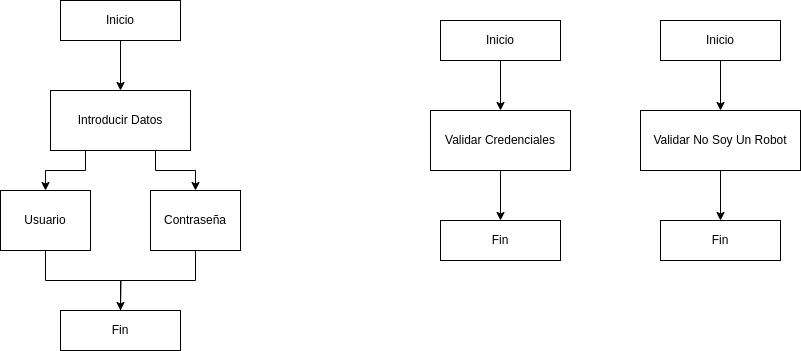
PeterMartEsc/ETS keeps this draw.io diagram as ExamenDiagramaActividades.png. Above is the earlier version. Source tidied: cells renumbered, new cells last; positions are measured from the earlier drawing's top-left corner, leaving out a move shared by most shapes.
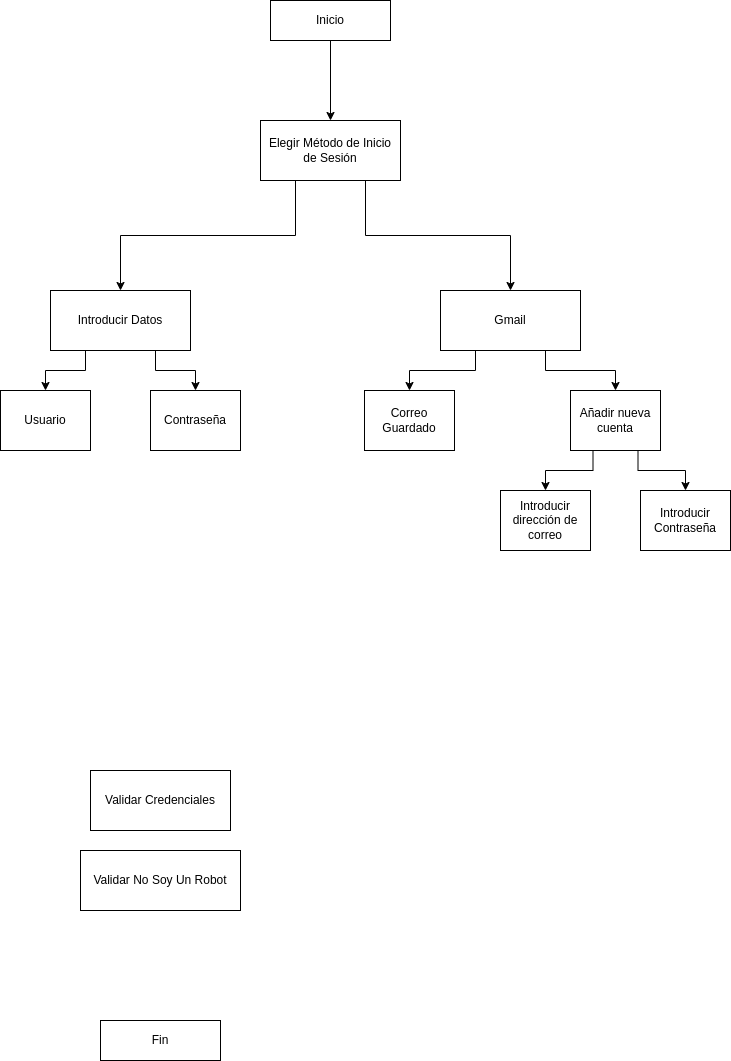
Later version of the same file.

Change to the diagram source:
```diff
@@ -2,14 +2,14 @@
   <root>
     <mxCell id="0" />
     <mxCell id="1" parent="0" />
-    <mxCell id="2" style="edgeStyle=orthogonalEdgeStyle;rounded=0;jettySize=auto;html=1;exitX=0.5;exitY=1;exitDx=0;exitDy=0;entryX=0.5;entryY=0;entryDx=0;entryDy=0;" parent="1" edge="1" source="3" target="7">
-      <mxGeometry relative="1" as="geometry" />
-    </mxCell>
+    <mxCell id="22" style="edgeStyle=orthogonalEdgeStyle;rounded=0;jettySize=auto;html=1;exitX=0.5;exitY=1;exitDx=0;exitDy=0;entryX=0.5;entryY=0;entryDx=0;entryDy=0;" parent="1" edge="1" source="3" target="25">
+      <mxGeometry relative="1" as="geometry" />
+    </mxCell>
     <mxCell id="3" value="Inicio" style="rounded=0;whiteSpace=wrap;html=1;" parent="1" vertex="1">
-      <mxGeometry x="60" width="120" height="40" as="geometry" />
+      <mxGeometry x="250" y="-370" width="120" height="40" as="geometry" />
     </mxCell>
     <mxCell id="4" value="Fin" style="rounded=0;whiteSpace=wrap;html=1;" parent="1" vertex="1">
-      <mxGeometry x="60" y="310" width="120" height="40" as="geometry" />
+      <mxGeometry x="80" y="650" width="120" height="40" as="geometry" />
     </mxCell>
     <mxCell id="5" style="edgeStyle=orthogonalEdgeStyle;rounded=0;jettySize=auto;html=1;exitX=0.25;exitY=1;exitDx=0;exitDy=0;entryX=0.5;entryY=0;entryDx=0;entryDy=0;" parent="1" edge="1" source="7" target="9">
       <mxGeometry relative="1" as="geometry" />
@@ -18,51 +18,55 @@
       <mxGeometry relative="1" as="geometry" />
     </mxCell>
     <mxCell id="7" value="Introducir Datos" style="rounded=0;whiteSpace=wrap;html=1;" parent="1" vertex="1">
-      <mxGeometry x="50" y="90" width="140" height="60" as="geometry" />
+      <mxGeometry x="30" y="-80" width="140" height="60" as="geometry" />
     </mxCell>
-    <mxCell id="8" style="edgeStyle=orthogonalEdgeStyle;rounded=0;jettySize=auto;html=1;exitX=0.5;exitY=1;exitDx=0;exitDy=0;entryX=0.5;entryY=0;entryDx=0;entryDy=0;" parent="1" edge="1" source="9" target="4">
-      <mxGeometry relative="1" as="geometry" />
-    </mxCell>
     <mxCell id="9" value="Usuario" style="rounded=0;whiteSpace=wrap;html=1;" parent="1" vertex="1">
-      <mxGeometry y="190" width="90" height="60" as="geometry" />
+      <mxGeometry x="-20" y="20" width="90" height="60" as="geometry" />
     </mxCell>
-    <mxCell id="10" style="edgeStyle=orthogonalEdgeStyle;rounded=0;jettySize=auto;html=1;exitX=0.5;exitY=1;exitDx=0;exitDy=0;endArrow=none;endFill=0;" parent="1" edge="1" source="11">
-      <mxGeometry relative="1" as="geometry">
-        <mxPoint x="120" y="310" as="targetPoint" />
-      </mxGeometry>
-    </mxCell>
     <mxCell id="11" value="Contraseña" style="rounded=0;whiteSpace=wrap;html=1;" parent="1" vertex="1">
-      <mxGeometry x="150" y="190" width="90" height="60" as="geometry" />
+      <mxGeometry x="130" y="20" width="90" height="60" as="geometry" />
     </mxCell>
-    <mxCell id="12" style="edgeStyle=orthogonalEdgeStyle;rounded=0;jettySize=auto;html=1;exitX=0.5;exitY=1;exitDx=0;exitDy=0;entryX=0.5;entryY=0;entryDx=0;entryDy=0;" parent="1" edge="1" source="13" target="16">
-      <mxGeometry relative="1" as="geometry" />
-    </mxCell>
-    <mxCell id="13" value="Inicio" style="rounded=0;whiteSpace=wrap;html=1;" parent="1" vertex="1">
-      <mxGeometry x="440" y="20" width="120" height="40" as="geometry" />
-    </mxCell>
-    <mxCell id="14" value="Fin" style="rounded=0;whiteSpace=wrap;html=1;" parent="1" vertex="1">
-      <mxGeometry x="440" y="220" width="120" height="40" as="geometry" />
-    </mxCell>
-    <mxCell id="15" style="edgeStyle=orthogonalEdgeStyle;rounded=0;jettySize=auto;html=1;exitX=0.5;exitY=1;exitDx=0;exitDy=0;entryX=0.5;entryY=0;entryDx=0;entryDy=0;" parent="1" edge="1" source="16" target="14">
-      <mxGeometry relative="1" as="geometry" />
-    </mxCell>
     <mxCell id="16" value="Validar Credenciales" style="rounded=0;whiteSpace=wrap;html=1;" parent="1" vertex="1">
-      <mxGeometry x="430" y="110" width="140" height="60" as="geometry" />
+      <mxGeometry x="70" y="400" width="140" height="60" as="geometry" />
     </mxCell>
-    <mxCell id="17" style="edgeStyle=orthogonalEdgeStyle;rounded=0;jettySize=auto;html=1;exitX=0.5;exitY=1;exitDx=0;exitDy=0;entryX=0.5;entryY=0;entryDx=0;entryDy=0;" parent="1" edge="1" source="18" target="21">
-      <mxGeometry relative="1" as="geometry" />
-    </mxCell>
-    <mxCell id="18" value="Inicio" style="rounded=0;whiteSpace=wrap;html=1;" parent="1" vertex="1">
-      <mxGeometry x="660" y="20" width="120" height="40" as="geometry" />
-    </mxCell>
-    <mxCell id="19" value="Fin" style="rounded=0;whiteSpace=wrap;html=1;" parent="1" vertex="1">
-      <mxGeometry x="660" y="220" width="120" height="40" as="geometry" />
-    </mxCell>
-    <mxCell id="20" style="edgeStyle=orthogonalEdgeStyle;rounded=0;jettySize=auto;html=1;exitX=0.5;exitY=1;exitDx=0;exitDy=0;entryX=0.5;entryY=0;entryDx=0;entryDy=0;" parent="1" edge="1" source="21" target="19">
-      <mxGeometry relative="1" as="geometry" />
-    </mxCell>
     <mxCell id="21" value="Validar No Soy Un Robot" style="rounded=0;whiteSpace=wrap;html=1;" parent="1" vertex="1">
-      <mxGeometry x="640" y="110" width="160" height="60" as="geometry" />
+      <mxGeometry x="60" y="480" width="160" height="60" as="geometry" />
     </mxCell>
+    <mxCell id="23" style="edgeStyle=orthogonalEdgeStyle;rounded=0;jettySize=auto;html=1;exitX=0.25;exitY=1;exitDx=0;exitDy=0;entryX=0.5;entryY=0;entryDx=0;entryDy=0;" parent="1" edge="1" source="25" target="7">
+      <mxGeometry relative="1" as="geometry" />
+    </mxCell>
+    <mxCell id="24" style="edgeStyle=orthogonalEdgeStyle;rounded=0;jettySize=auto;html=1;exitX=0.75;exitY=1;exitDx=0;exitDy=0;entryX=0.5;entryY=0;entryDx=0;entryDy=0;" parent="1" edge="1" source="25" target="28">
+      <mxGeometry relative="1" as="geometry" />
+    </mxCell>
+    <mxCell id="25" value="Elegir Método de Inicio de Sesión" style="rounded=0;whiteSpace=wrap;html=1;" parent="1" vertex="1">
+      <mxGeometry x="240" y="-250" width="140" height="60" as="geometry" />
+    </mxCell>
+    <mxCell id="26" style="edgeStyle=orthogonalEdgeStyle;rounded=0;jettySize=auto;html=1;exitX=0.25;exitY=1;exitDx=0;exitDy=0;entryX=0.5;entryY=0;entryDx=0;entryDy=0;" parent="1" edge="1" source="28" target="31">
+      <mxGeometry relative="1" as="geometry" />
+    </mxCell>
+    <mxCell id="27" style="edgeStyle=orthogonalEdgeStyle;rounded=0;jettySize=auto;html=1;exitX=0.75;exitY=1;exitDx=0;exitDy=0;entryX=0.5;entryY=0;entryDx=0;entryDy=0;" parent="1" edge="1" source="28" target="34">
+      <mxGeometry relative="1" as="geometry" />
+    </mxCell>
+    <mxCell id="28" value="Gmail" style="rounded=0;whiteSpace=wrap;html=1;" parent="1" vertex="1">
+      <mxGeometry x="420" y="-80" width="140" height="60" as="geometry" />
+    </mxCell>
+    <mxCell id="29" value="Introducir dirección de correo" style="rounded=0;whiteSpace=wrap;html=1;" parent="1" vertex="1">
+      <mxGeometry x="480" y="120" width="90" height="60" as="geometry" />
+    </mxCell>
+    <mxCell id="30" value="Introducir&lt;br&gt;Contraseña" style="rounded=0;whiteSpace=wrap;html=1;" parent="1" vertex="1">
+      <mxGeometry x="620" y="120" width="90" height="60" as="geometry" />
+    </mxCell>
+    <mxCell id="31" value="Correo Guardado" style="rounded=0;whiteSpace=wrap;html=1;" parent="1" vertex="1">
+      <mxGeometry x="344" y="20" width="90" height="60" as="geometry" />
+    </mxCell>
+    <mxCell id="32" style="edgeStyle=orthogonalEdgeStyle;rounded=0;jettySize=auto;html=1;exitX=0.25;exitY=1;exitDx=0;exitDy=0;entryX=0.5;entryY=0;entryDx=0;entryDy=0;" parent="1" edge="1" source="34" target="29">
+      <mxGeometry relative="1" as="geometry" />
+    </mxCell>
+    <mxCell id="33" style="edgeStyle=orthogonalEdgeStyle;rounded=0;jettySize=auto;html=1;exitX=0.75;exitY=1;exitDx=0;exitDy=0;entryX=0.5;entryY=0;entryDx=0;entryDy=0;" parent="1" edge="1" source="34" target="30">
+      <mxGeometry relative="1" as="geometry" />
+    </mxCell>
+    <mxCell id="34" value="Añadir nueva cuenta" style="rounded=0;whiteSpace=wrap;html=1;" parent="1" vertex="1">
+      <mxGeometry x="550" y="20" width="90" height="60" as="geometry" />
+    </mxCell>
   </root>
 </mxGraphModel>
```
